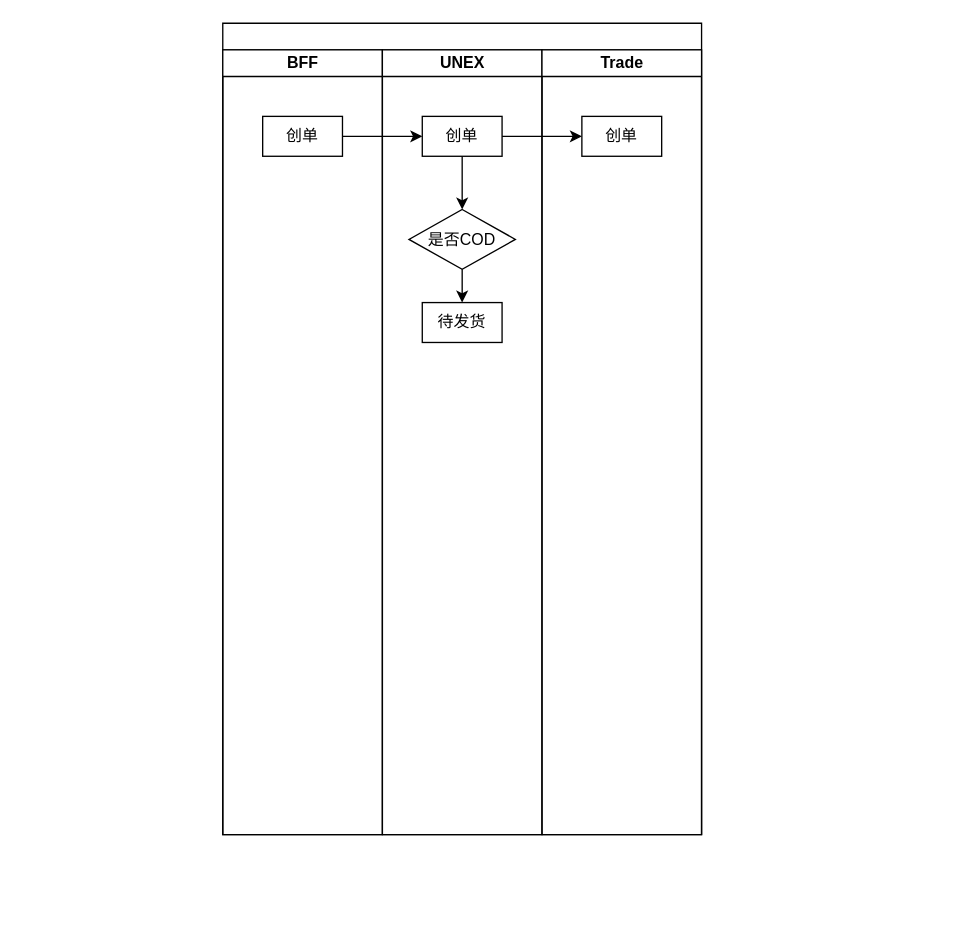
The draw.io diagram 未命名绘图.drawio in jingjie2018/test, before the edit. Source tidied: cells renumbered, new cells numbered last; positions are measured from the earlier drawing's top-left corner, leaving out a move shared by most shapes. Both pictures are drawn from the tidied source at 133%, with x=0, y=0 at pixel (222, 23).
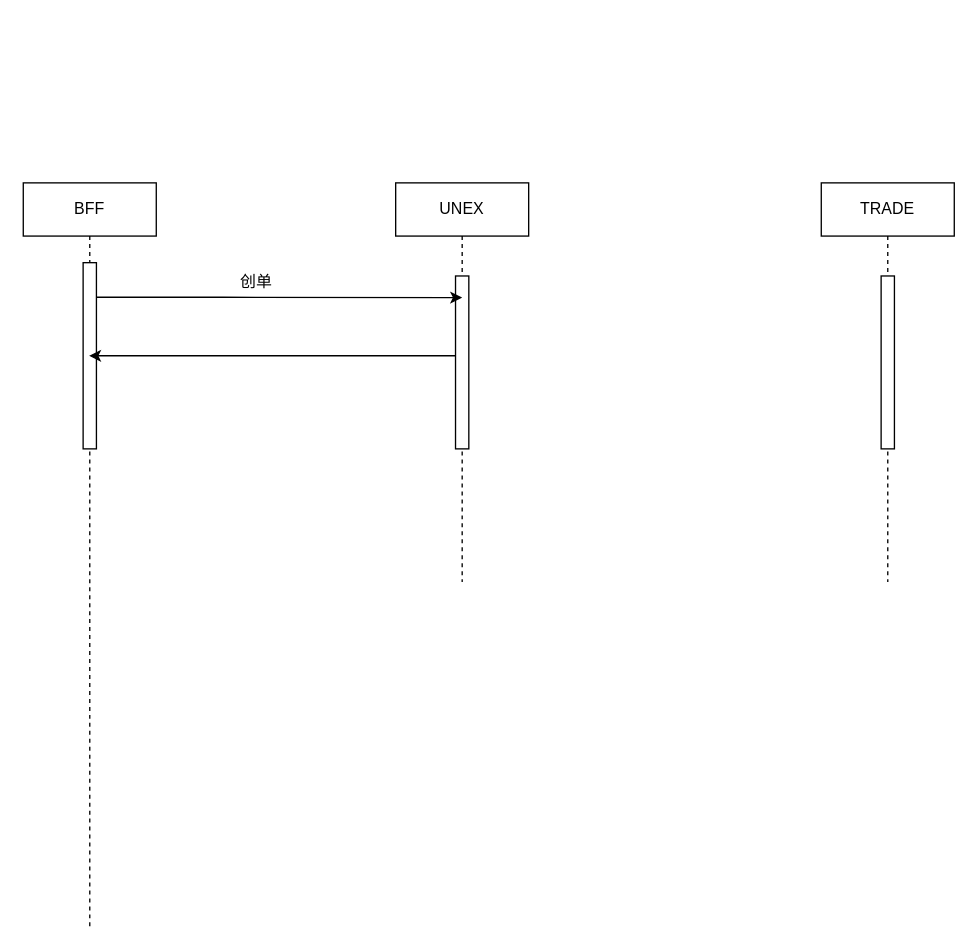
Above is the later version.

Commit message (it also covers changes not shown here):
更新未命名绘图.drawio

What changed in the source:
```diff
@@
 <mxGraphModel>
   <root>
     <mxCell id="0" />
     <mxCell id="1" parent="0" />
-    <mxCell id="2" style="swimlane;startSize=20;html=1;" parent="1" vertex="1">
-      <mxGeometry width="360" height="610" as="geometry" />
-    </mxCell>
-    <mxCell id="3" value="BFF" style="swimlane;startSize=20;html=1;" parent="2" vertex="1">
-      <mxGeometry y="20" width="120" height="590" as="geometry" />
+    <mxCell id="3" value="BFF" style="shape=umlLifeline;perimeter=lifelinePerimeter;whiteSpace=wrap;html=1;outlineConnect=0;" parent="1" vertex="1">
+      <mxGeometry x="-150" y="120" width="100" height="560" as="geometry" />
     </mxCell>
-    <mxCell id="4" value="创单" style="whiteSpace=wrap;html=1;" parent="3" vertex="1">
-      <mxGeometry x="30" y="50" width="60" height="30" as="geometry" />
-    </mxCell>
+    <mxCell id="15" style="html=1;points=[];perimeter=orthogonalPerimeter;" parent="3" vertex="1">
+      <mxGeometry x="45" y="60" width="10" height="140" as="geometry" />
+    </mxCell>
-    <mxCell id="5" value="UNEX" style="swimlane;startSize=20;html=1;" parent="2" vertex="1">
-      <mxGeometry x="120" y="20" width="120" height="590" as="geometry" />
+    <mxCell id="5" value="UNEX" style="shape=umlLifeline;perimeter=lifelinePerimeter;whiteSpace=wrap;html=1;" parent="1" vertex="1">
+      <mxGeometry x="130" y="120" width="100" height="300" as="geometry" />
     </mxCell>
-    <mxCell id="6" style="edgeStyle=orthogonalEdgeStyle;rounded=0;jettySize=auto;html=1;" parent="5" edge="1" source="7" target="9">
-      <mxGeometry relative="1" as="geometry" />
-    </mxCell>
-    <mxCell id="7" value="创单" style="whiteSpace=wrap;html=1;" parent="5" vertex="1">
-      <mxGeometry x="30" y="50" width="60" height="30" as="geometry" />
-    </mxCell>
-    <mxCell id="8" style="edgeStyle=orthogonalEdgeStyle;rounded=0;jettySize=auto;html=1;" parent="5" edge="1" source="9" target="10">
-      <mxGeometry relative="1" as="geometry" />
-    </mxCell>
-    <mxCell id="9" value="是否COD" style="rhombus;whiteSpace=wrap;html=1;" parent="5" vertex="1">
-      <mxGeometry x="20" y="120" width="80" height="45" as="geometry" />
-    </mxCell>
-    <mxCell id="10" value="待发货" style="whiteSpace=wrap;html=1;" parent="5" vertex="1">
-      <mxGeometry x="30" y="190" width="60" height="30" as="geometry" />
-    </mxCell>
-    <mxCell id="11" value="Trade" style="swimlane;startSize=20;html=1;" parent="2" vertex="1">
-      <mxGeometry x="240" y="20" width="120" height="590" as="geometry" />
-    </mxCell>
-    <mxCell id="12" value="创单" style="whiteSpace=wrap;html=1;" parent="11" vertex="1">
-      <mxGeometry x="30" y="50" width="60" height="30" as="geometry" />
-    </mxCell>
-    <mxCell id="13" style="edgeStyle=orthogonalEdgeStyle;rounded=0;jettySize=auto;html=1;entryX=0;entryY=0.5;entryDx=0;entryDy=0;" parent="2" edge="1" source="7" target="12">
-      <mxGeometry relative="1" as="geometry" />
-    </mxCell>
-    <mxCell id="14" style="edgeStyle=orthogonalEdgeStyle;rounded=0;jettySize=auto;html=1;" parent="2" edge="1" source="4" target="7">
-      <mxGeometry relative="1" as="geometry" />
-    </mxCell>
+    <mxCell id="16" style="html=1;points=[];perimeter=orthogonalPerimeter;" parent="5" vertex="1">
+      <mxGeometry x="45" y="70" width="10" height="130" as="geometry" />
+    </mxCell>
+    <mxCell id="17" value="TRADE" style="shape=umlLifeline;perimeter=lifelinePerimeter;whiteSpace=wrap;html=1;" parent="1" vertex="1">
+      <mxGeometry x="450" y="120" width="100" height="300" as="geometry" />
+    </mxCell>
+    <mxCell id="18" style="html=1;perimeter=orthogonalPerimeter;" parent="17" vertex="1">
+      <mxGeometry x="45" y="70" width="10" height="130" as="geometry" />
+    </mxCell>
+    <mxCell id="19" value="创单" style="text;html=1;align=center;verticalAlign=middle;strokeColor=none;fillColor=none;" parent="1" vertex="1">
+      <mxGeometry y="180" width="50" height="30" as="geometry" />
+    </mxCell>
+    <mxCell id="20" style="edgeStyle=orthogonalEdgeStyle;rounded=0;jettySize=auto;html=1;entryX=0.5;entryY=0.125;entryDx=0;entryDy=0;entryPerimeter=0;" parent="1" edge="1" source="15" target="16">
+      <mxGeometry relative="1" as="geometry">
+        <Array as="points">
+          <mxPoint y="206" />
+          <mxPoint y="206" />
+        </Array>
+      </mxGeometry>
+    </mxCell>
+    <mxCell id="21" style="edgeStyle=orthogonalEdgeStyle;rounded=0;jettySize=auto;html=1;" parent="1" edge="1" source="16" target="3">
+      <mxGeometry relative="1" as="geometry">
+        <Array as="points">
+          <mxPoint x="110" y="250" />
+          <mxPoint x="110" y="250" />
+        </Array>
+      </mxGeometry>
+    </mxCell>
   </root>
 </mxGraphModel>
```
